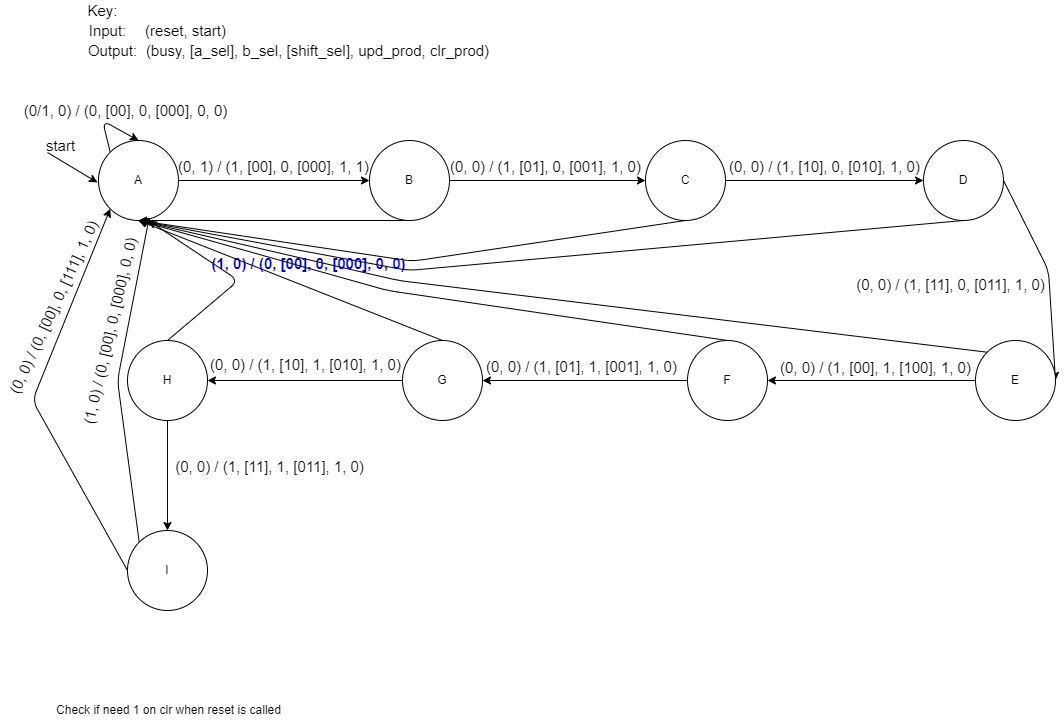
Before: 2.1Diagram.png, a diagram exported from draw.io (s-griffith/DigitalSystemsSimulation2). Source tidied: cells renumbered, new cells last; positions are measured from the earlier drawing's top-left corner, leaving out a move shared by most shapes.
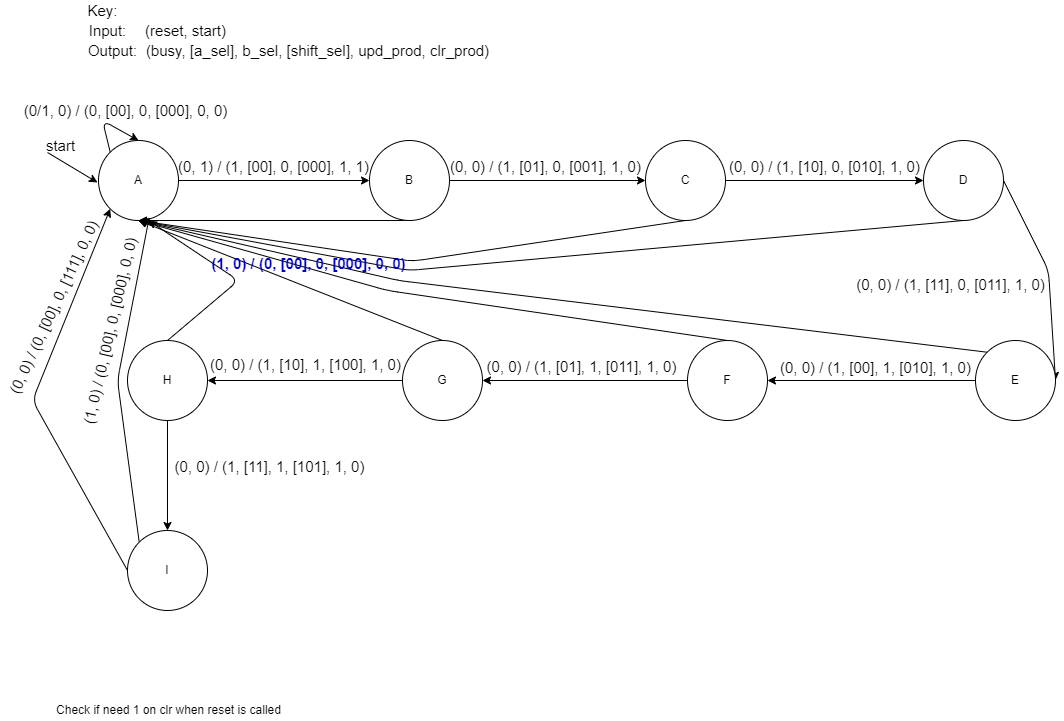
Above is the later version.

What changed in the source:
```diff
@@ -151,13 +151,13 @@
     <mxCell id="39" value="(0, 0) / (1, [11], 0, [011], 1, 0)&lt;br style=&quot;font-size: 15px&quot;&gt;&amp;nbsp;" style="text;html=1;align=center;verticalAlign=middle;strokeColor=none;fillColor=none;fontSize=15;" parent="1" vertex="1">
       <mxGeometry x="889" y="273" width="200" height="40" as="geometry" />
     </mxCell>
-    <mxCell id="40" value="(0, 0) / (1, [00], 1, [100], 1, 0)&lt;br style=&quot;font-size: 15px&quot;&gt;&amp;nbsp;" style="text;html=1;align=center;verticalAlign=middle;strokeColor=none;fillColor=none;fontSize=15;" parent="1" vertex="1">
+    <mxCell id="40" value="(0, 0) / (1, [00], 1, [010], 1, 0)&lt;br style=&quot;font-size: 15px&quot;&gt;&amp;nbsp;" style="text;html=1;align=center;verticalAlign=middle;strokeColor=none;fillColor=none;fontSize=15;" parent="1" vertex="1">
       <mxGeometry x="809" y="356" width="210" height="40" as="geometry" />
     </mxCell>
-    <mxCell id="41" value="(0, 0) / (1, [01], 1, [001], 1, 0)&lt;br style=&quot;font-size: 15px&quot;&gt;&amp;nbsp;" style="text;html=1;align=center;verticalAlign=middle;strokeColor=none;fillColor=none;fontSize=15;" parent="1" vertex="1">
+    <mxCell id="41" value="(0, 0) / (1, [01], 1, [011], 1, 0)&lt;br style=&quot;font-size: 15px&quot;&gt;&amp;nbsp;" style="text;html=1;align=center;verticalAlign=middle;strokeColor=none;fillColor=none;fontSize=15;" parent="1" vertex="1">
       <mxGeometry x="515" y="355" width="210" height="40" as="geometry" />
     </mxCell>
-    <mxCell id="42" value="(0, 0) / (1, [10], 1, [010], 1, 0)&lt;br style=&quot;font-size: 15px&quot;&gt;&amp;nbsp;" style="text;html=1;align=center;verticalAlign=middle;strokeColor=none;fillColor=none;fontSize=15;" parent="1" vertex="1">
+    <mxCell id="42" value="(0, 0) / (1, [10], 1, [100], 1, 0)&lt;br style=&quot;font-size: 15px&quot;&gt;&amp;nbsp;" style="text;html=1;align=center;verticalAlign=middle;strokeColor=none;fillColor=none;fontSize=15;" parent="1" vertex="1">
       <mxGeometry x="239" y="353" width="210" height="40" as="geometry" />
     </mxCell>
     <mxCell id="43" style="edgeStyle=none;html=1;exitX=0;exitY=0;exitDx=0;exitDy=0;entryX=0.635;entryY=0.957;entryDx=0;entryDy=0;entryPerimeter=0;" parent="1" edge="1" source="45" target="3">
@@ -177,10 +177,10 @@
     <mxCell id="45" value="I" style="ellipse;whiteSpace=wrap;html=1;" parent="1" vertex="1">
       <mxGeometry x="166" y="530" width="80" height="80" as="geometry" />
     </mxCell>
-    <mxCell id="46" value="(0, 0) / (1, [11], 1, [011], 1, 0)&lt;br style=&quot;font-size: 15px;&quot;&gt;&amp;nbsp;" style="text;html=1;align=center;verticalAlign=middle;strokeColor=none;fillColor=none;fontSize=15;" parent="1" vertex="1">
-      <mxGeometry x="208" y="455" width="200" height="40" as="geometry" />
+    <mxCell id="46" value="(0, 0) / (1, [11], 1, [101], 1, 0)&lt;br style=&quot;font-size: 15px&quot;&gt;&amp;nbsp;" style="text;html=1;align=center;verticalAlign=middle;strokeColor=none;fillColor=none;fontSize=15;" parent="1" vertex="1">
+      <mxGeometry x="203" y="455" width="210" height="40" as="geometry" />
     </mxCell>
-    <mxCell id="47" value="(0, 0) / (0, [00], 0, [111], 1, 0)&lt;br style=&quot;font-size: 15px&quot;&gt;&amp;nbsp;" style="text;html=1;align=center;verticalAlign=middle;strokeColor=none;fillColor=none;rotation=295;fontSize=15;" parent="1" vertex="1">
+    <mxCell id="47" value="(0, 0) / (0, [00], 0, [111], 0, 0)&lt;br style=&quot;font-size: 15px;&quot;&gt;&amp;nbsp;" style="text;html=1;align=center;verticalAlign=middle;strokeColor=none;fillColor=none;rotation=295;fontSize=15;" parent="1" vertex="1">
       <mxGeometry y="291" width="200" height="40" as="geometry" />
     </mxCell>
     <mxCell id="48" value="(1, 0) / (0, [00], 0, [000], 0, 0)&lt;br style=&quot;font-size: 15px;&quot;&gt;&amp;nbsp;" style="text;html=1;align=center;verticalAlign=middle;strokeColor=none;fillColor=none;rotation=283;fontSize=15;" parent="1" vertex="1">
```
